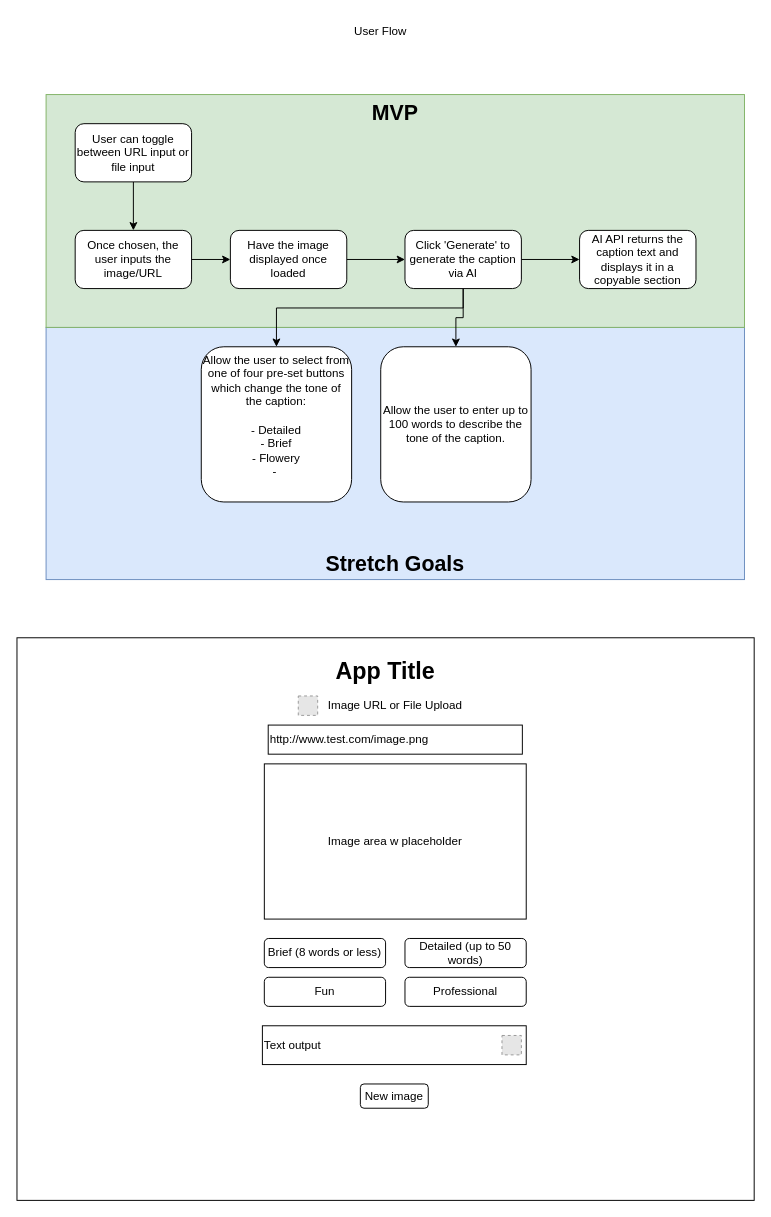
Before: ai-august-2025-02.drawio in davedonnellydev/ai-august-2025-02, a draw.io diagram. Source tidied: cells renumbered, new cells numbered last; positions are measured from the earlier drawing's top-left corner, leaving out a move shared by most shapes. Both pictures are drawn from the tidied source at 97%, with x=0, y=0 at pixel (16, 16). Pictures stored in the file or linked from it are replaced by grey dashed boxes.
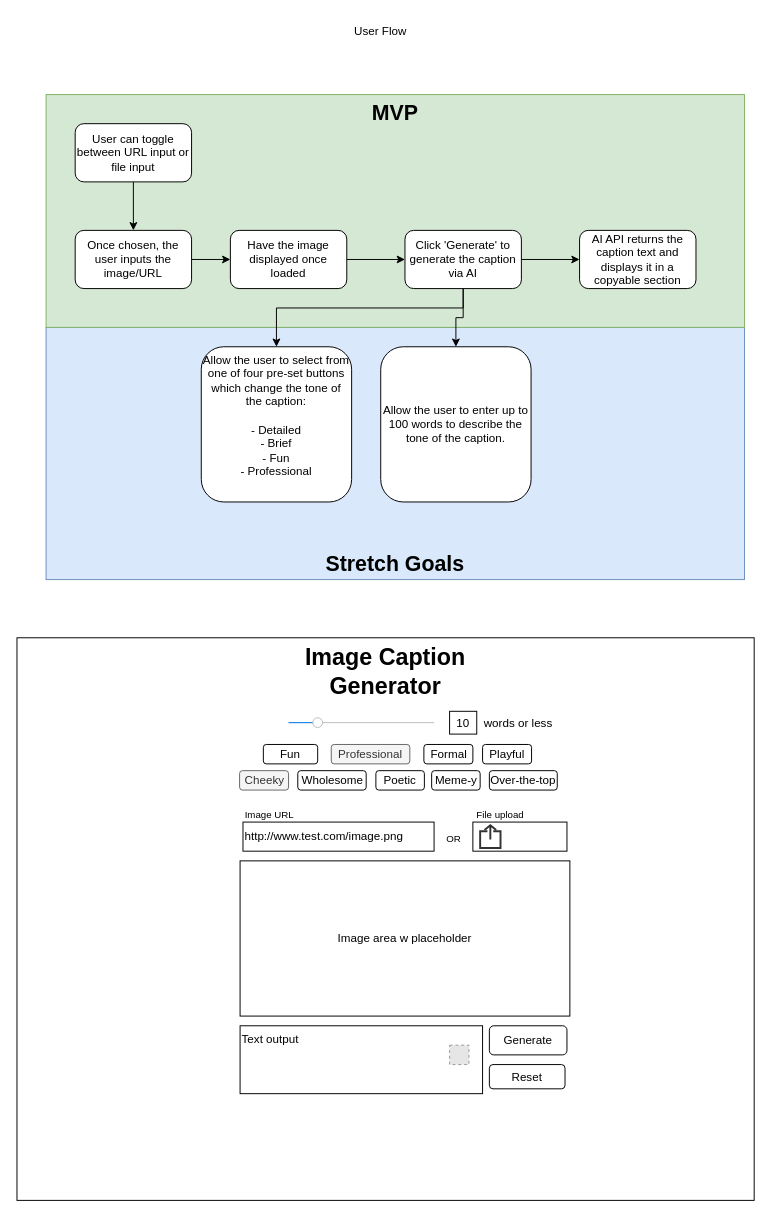
Above is the later version.

The edit, as a diff of the source:
```diff
@@
-    <mxCell id="17" value="&lt;div&gt;Allow the user to select from one of four pre-set buttons which change the tone of the caption:&lt;/div&gt;&lt;div&gt;&lt;br&gt;&lt;/div&gt;&lt;div&gt;- Detailed&lt;/div&gt;&lt;div&gt;- Brief&lt;/div&gt;&lt;div&gt;- Flowery&lt;/div&gt;&lt;div&gt;-&amp;nbsp;&lt;/div&gt;" style="rounded=1;whiteSpace=wrap;html=1;verticalAlign=top;" parent="1" vertex="1">
+    <mxCell id="17" value="&lt;div&gt;Allow the user to select from one of four pre-set buttons which change the tone of the caption:&lt;/div&gt;&lt;div&gt;&lt;br&gt;&lt;/div&gt;&lt;div&gt;- Detailed&lt;/div&gt;&lt;div&gt;- Brief&lt;/div&gt;&lt;div&gt;- Fun&lt;/div&gt;&lt;div&gt;- Professional&lt;/div&gt;" style="rounded=1;whiteSpace=wrap;html=1;verticalAlign=top;" parent="1" vertex="1">
       <mxGeometry x="190" y="340" width="155" height="160" as="geometry" />
     </mxCell>
@@
-    <mxCell id="20" value="App Title" style="text;html=1;align=center;verticalAlign=middle;whiteSpace=wrap;rounded=0;fontStyle=1;fontSize=24;" parent="1" vertex="1">
-      <mxGeometry x="315" y="660" width="130" height="30" as="geometry" />
+    <mxCell id="20" value="Image Caption Generator" style="text;html=1;align=center;verticalAlign=middle;whiteSpace=wrap;rounded=0;fontStyle=1;fontSize=24;" parent="1" vertex="1">
+      <mxGeometry x="250" y="660" width="260" height="30" as="geometry" />
     </mxCell>
-    <mxCell id="21" value="http://www.test.com/image.png" style="rounded=0;whiteSpace=wrap;html=1;align=left;" parent="1" vertex="1">
-      <mxGeometry x="259" y="730" width="262" height="30" as="geometry" />
+    <mxCell id="21" value="http://www.test.com/image.png" style="rounded=0;html=1;align=left;" parent="1" vertex="1">
+      <mxGeometry x="233" y="830" width="197" height="30" as="geometry" />
     </mxCell>
-    <mxCell id="22" style="fillColor=#E6E6E6;strokeColor=#999999;dashed=1;html=1;verticalAlign=top;verticalLabelPosition=bottom;labelBackgroundColor=#ffffff;" parent="1" vertex="1">
-      <mxGeometry x="290" y="700" width="20" height="20" as="geometry" />
-    </mxCell>
-    <mxCell id="23" value="Image URL or File Upload" style="text;html=1;align=center;verticalAlign=middle;whiteSpace=wrap;rounded=0;" parent="1" vertex="1">
-      <mxGeometry x="310" y="695" width="160" height="30" as="geometry" />
-    </mxCell>
     <mxCell id="24" value="Image area w placeholder" style="rounded=0;whiteSpace=wrap;html=1;" parent="1" vertex="1">
-      <mxGeometry x="255" y="770" width="270" height="160" as="geometry" />
+      <mxGeometry x="230" y="870" width="340" height="160" as="geometry" />
     </mxCell>
-    <mxCell id="25" value="Brief (8 words or less)" style="rounded=1;whiteSpace=wrap;html=1;" parent="1" vertex="1">
-      <mxGeometry x="255" y="950" width="125" height="30" as="geometry" />
-    </mxCell>
-    <mxCell id="26" value="Detailed (up to 50 words)" style="rounded=1;whiteSpace=wrap;html=1;" parent="1" vertex="1">
-      <mxGeometry x="400" y="950" width="125" height="30" as="geometry" />
-    </mxCell>
     <mxCell id="27" value="Fun" style="rounded=1;whiteSpace=wrap;html=1;" parent="1" vertex="1">
-      <mxGeometry x="255" y="990" width="125" height="30" as="geometry" />
+      <mxGeometry x="254" y="750" width="56" height="20" as="geometry" />
     </mxCell>
-    <mxCell id="28" value="Professional" style="rounded=1;whiteSpace=wrap;html=1;" parent="1" vertex="1">
-      <mxGeometry x="400" y="990" width="125" height="30" as="geometry" />
+    <mxCell id="28" value="Professional" style="rounded=1;whiteSpace=wrap;html=1;fillColor=#f5f5f5;fontColor=#333333;strokeColor=#666666;" parent="1" vertex="1">
+      <mxGeometry x="324" y="750" width="81" height="20" as="geometry" />
     </mxCell>
-    <mxCell id="29" value="&lt;div align=&quot;left&quot;&gt;Text output&lt;/div&gt;" style="rounded=0;whiteSpace=wrap;html=1;align=left;" parent="1" vertex="1">
-      <mxGeometry x="253" y="1040" width="272" height="40" as="geometry" />
+    <mxCell id="29" value="&lt;div align=&quot;left&quot;&gt;Text output&lt;/div&gt;" style="rounded=0;whiteSpace=wrap;html=1;align=left;verticalAlign=top;" parent="1" vertex="1">
+      <mxGeometry x="230" y="1040" width="250" height="70" as="geometry" />
     </mxCell>
     <mxCell id="30" style="fillColor=#E6E6E6;strokeColor=#999999;dashed=1;html=1;verticalAlign=top;verticalLabelPosition=bottom;labelBackgroundColor=#ffffff;" parent="1" vertex="1">
-      <mxGeometry x="500" y="1050" width="20" height="20" as="geometry" />
+      <mxGeometry x="446" y="1060" width="20" height="20" as="geometry" />
     </mxCell>
-    <mxCell id="31" value="New image" style="rounded=1;whiteSpace=wrap;html=1;" parent="1" vertex="1">
-      <mxGeometry x="354" y="1100" width="70" height="25" as="geometry" />
+    <mxCell id="31" value="Reset" style="rounded=1;whiteSpace=wrap;html=1;" parent="1" vertex="1">
+      <mxGeometry x="487" y="1080" width="78" height="25" as="geometry" />
     </mxCell>
+    <mxCell id="32" value="Generate" style="rounded=1;whiteSpace=wrap;html=1;" parent="1" vertex="1">
+      <mxGeometry x="487" y="1040" width="80" height="30" as="geometry" />
+    </mxCell>
+    <mxCell id="33" style="html=1;verticalLabelPosition=bottom;labelBackgroundColor=#ffffff;verticalAlign=top;shadow=0;dashed=0;strokeWidth=1;shape=mxgraph.ios7ui.slider;barPos=20;strokeColor=#0080f0;strokeColor2=#a0a0a0;" parent="1" vertex="1">
+      <mxGeometry x="280" y="720" width="150" height="15" as="geometry" />
+    </mxCell>
+    <mxCell id="34" value="10" style="rounded=0;whiteSpace=wrap;html=1;" parent="1" vertex="1">
+      <mxGeometry x="446" y="715.8" width="28" height="23.5" as="geometry" />
+    </mxCell>
+    <mxCell id="35" value="words or less" style="text;html=1;align=center;verticalAlign=middle;whiteSpace=wrap;rounded=0;" parent="1" vertex="1">
+      <mxGeometry x="474" y="713" width="86" height="30" as="geometry" />
+    </mxCell>
+    <mxCell id="36" value="&lt;span&gt;Formal&lt;/span&gt;" style="rounded=1;whiteSpace=wrap;html=1;" parent="1" vertex="1">
+      <mxGeometry x="419.5" y="750" width="50.5" height="20" as="geometry" />
+    </mxCell>
+    <mxCell id="37" value="&lt;span&gt;Playful&lt;/span&gt;" style="rounded=1;whiteSpace=wrap;html=1;" parent="1" vertex="1">
+      <mxGeometry x="480" y="750" width="50.5" height="20" as="geometry" />
+    </mxCell>
+    <mxCell id="38" value="Cheeky" style="rounded=1;whiteSpace=wrap;html=1;fillColor=#f5f5f5;fontColor=#333333;strokeColor=#666666;" parent="1" vertex="1">
+      <mxGeometry x="229.5" y="777" width="50.5" height="20" as="geometry" />
+    </mxCell>
+    <mxCell id="39" value="&lt;span&gt;Wholesome&lt;/span&gt;" style="rounded=1;whiteSpace=wrap;html=1;" parent="1" vertex="1">
+      <mxGeometry x="289.5" y="777" width="70.5" height="20" as="geometry" />
+    </mxCell>
+    <mxCell id="40" value="&lt;span&gt;Poetic&lt;/span&gt;" style="rounded=1;whiteSpace=wrap;html=1;" parent="1" vertex="1">
+      <mxGeometry x="370" y="777" width="50" height="20" as="geometry" />
+    </mxCell>
+    <mxCell id="41" value="Meme-y" style="rounded=1;whiteSpace=wrap;html=1;" parent="1" vertex="1">
+      <mxGeometry x="427.5" y="777" width="50" height="20" as="geometry" />
+    </mxCell>
+    <mxCell id="42" value="Over-the-top" style="rounded=1;whiteSpace=wrap;html=1;" parent="1" vertex="1">
+      <mxGeometry x="487" y="777" width="70" height="20" as="geometry" />
+    </mxCell>
+    <mxCell id="43" style="rounded=0;html=1;align=left;" parent="1" vertex="1">
+      <mxGeometry x="470" y="830" width="97" height="30" as="geometry" />
+    </mxCell>
+    <mxCell id="44" style="html=1;verticalLabelPosition=bottom;align=center;labelBackgroundColor=#ffffff;verticalAlign=top;strokeWidth=2;strokeColor=#333333;shadow=0;dashed=0;shape=mxgraph.ios7.icons.share;" parent="1" vertex="1">
+      <mxGeometry x="477.5" y="833.2" width="21" height="23.5" as="geometry" />
+    </mxCell>
+    <mxCell id="45" value="Image URL" style="text;html=1;align=center;verticalAlign=middle;whiteSpace=wrap;rounded=0;fontSize=10;" parent="1" vertex="1">
+      <mxGeometry x="227.9" y="807.2" width="65.2" height="30" as="geometry" />
+    </mxCell>
+    <mxCell id="46" value="File upload" style="text;html=1;align=center;verticalAlign=middle;whiteSpace=wrap;rounded=0;fontSize=10;" parent="1" vertex="1">
+      <mxGeometry x="466" y="807.2" width="65.2" height="30" as="geometry" />
+    </mxCell>
+    <mxCell id="47" value="OR" style="text;html=1;align=center;verticalAlign=middle;whiteSpace=wrap;rounded=0;fontSize=10;" parent="1" vertex="1">
+      <mxGeometry x="417.5" y="832.2" width="65.2" height="30" as="geometry" />
+    </mxCell>
```
